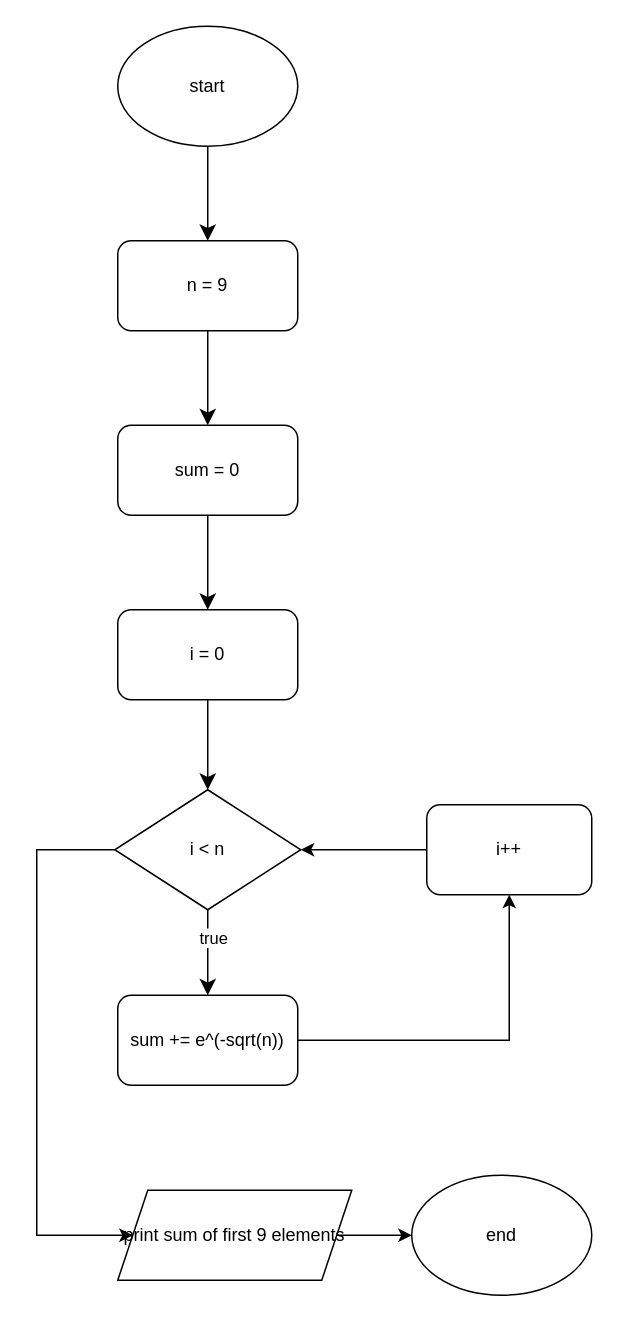
Before: ai_13/makar_kuznietsov/epic_3/code/vns_lab_2_task_1_variant_24_makar_kuznietsov.drawio in artificial-intelligence-department/ai_programming_playground_2024, a draw.io diagram. Source tidied: cells renumbered, new cells numbered last; positions are measured from the earlier drawing's top-left corner, leaving out a move shared by most shapes. Both pictures are drawn from the tidied source at 150%, with x=0, y=0 at pixel (36, 26).
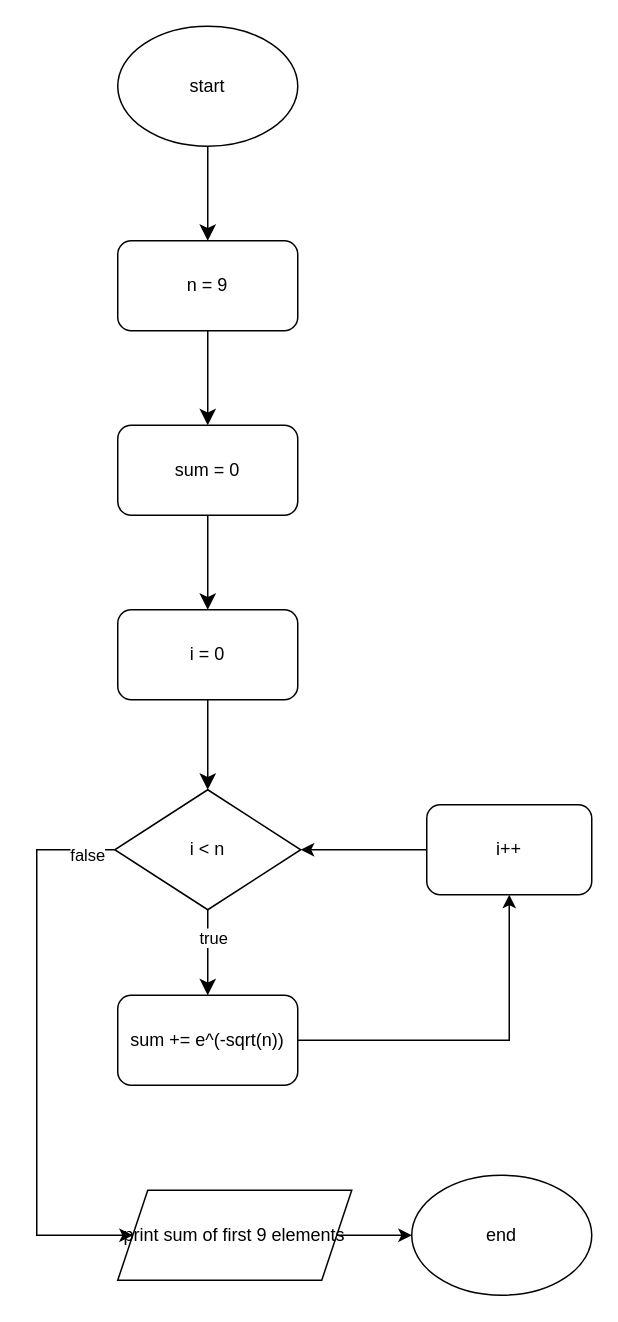
Above is the later version.

Unchanged cells that the change refers to:
```xml
<mxCell id="12" style="edgeStyle=orthogonalEdgeStyle;rounded=0;jettySize=auto;html=1;exitX=0;exitY=0.5;exitDx=0;exitDy=0;entryX=0;entryY=0.5;entryDx=0;entryDy=0;" parent="1" edge="1" source="13" target="19">
  <mxGeometry relative="1" as="geometry">
    <Array as="points">
      <mxPoint y="549" />
      <mxPoint y="806" />
    </Array>
  </mxGeometry>
</mxCell>
```

Diff of the diagram source:
```diff
@@
+    <mxCell id="21" value="false" style="edgeLabel;html=1;align=center;verticalAlign=middle;" parent="12" vertex="1">
+      <mxGeometry x="-0.9" y="3" relative="1" as="geometry" />
+    </mxCell>
```
